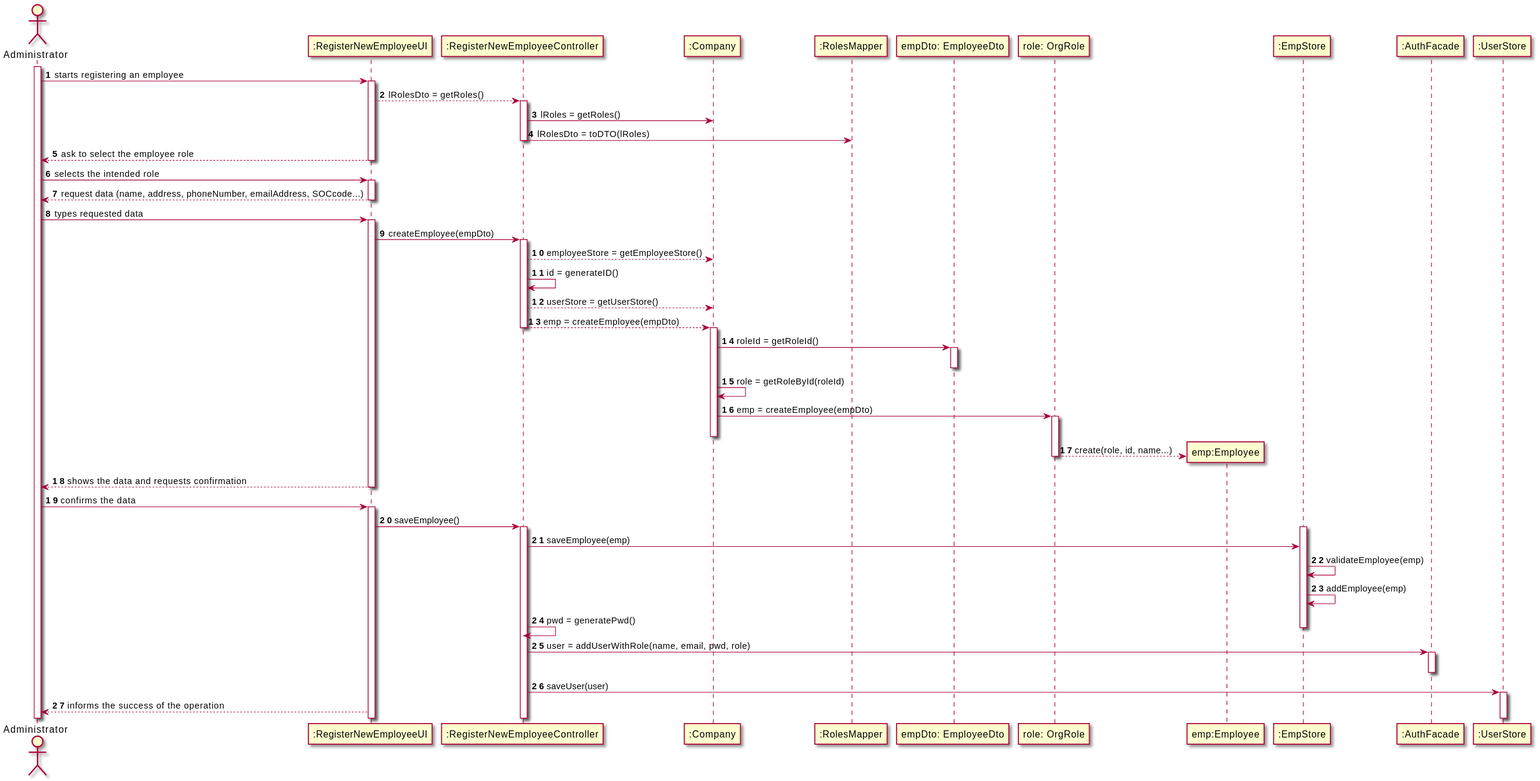
0franciscor/lei-21-s2-1de-g19 keeps this PlantUML diagram as docs/SprintB/US07/US07-SD.svg. Above is the earlier version.
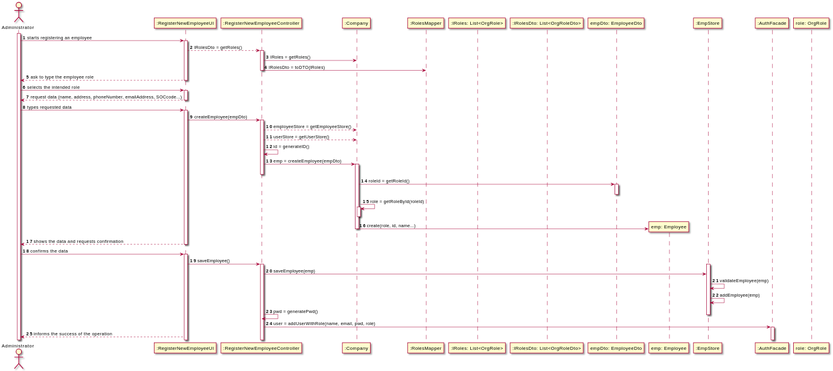
Later version of the same file.

The edit, as a diff of the source:
```diff
@@ -2,6 +2,7 @@
 
 autonumber
 actor "Administrator" as A
+
 activate A
 A -> ":RegisterNewEmployeeUI" : starts registering an employee
 activate ":RegisterNewEmployeeUI"
@@ -10,7 +11,7 @@
 ":RegisterNewEmployeeController" -> ":Company" : lRoles = getRoles()
 ":RegisterNewEmployeeController" -> ":RolesMapper" : lRolesDto = toDTO(lRoles)
 deactivate ":RegisterNewEmployeeController"
-":RegisterNewEmployeeUI" --> A : ask to select the employee role
+":RegisterNewEmployeeUI" --> A : ask to type the employee role
 deactivate ":RegisterNewEmployeeUI"
 A -> ":RegisterNewEmployeeUI" : selects the intended role
 activate ":RegisterNewEmployeeUI"
@@ -21,21 +22,24 @@
 ":RegisterNewEmployeeUI" -> ":RegisterNewEmployeeController" : createEmployee(empDto)
 activate ":RegisterNewEmployeeController"
 ":RegisterNewEmployeeController" --> ":Company" : employeeStore = getEmployeeStore()
+":RegisterNewEmployeeController" --> ":Company" : userStore = getUserStore()
 ":RegisterNewEmployeeController" -> ":RegisterNewEmployeeController" : id = generateID()
-":RegisterNewEmployeeController" --> ":Company" : userStore = getUserStore()
-":RegisterNewEmployeeController" --> ":Company" : emp = createEmployee(empDto)
+":RegisterNewEmployeeController" -> ":Company" : emp = createEmployee(empDto)
+activate ":Company"
 deactivate ":RegisterNewEmployeeController"
-activate ":Company"
+participant ":lRoles: List<OrgRole>"
+participant ":lRolesDto: List<OrgRoleDto>"
+
 ":Company" -> "empDto: EmployeeDto" : roleId = getRoleId()
 activate "empDto: EmployeeDto"
 deactivate "empDto: EmployeeDto"
 ":Company" -> ":Company" : role = getRoleById(roleId)
-":Company" -> "role: OrgRole" : emp = createEmployee(empDto)
-activate "role: OrgRole"
+activate ":Company"
+deactivate ":Company"
 deactivate "empDto: EmployeeDto"
+create "emp: Employee"
+":Company" -> "emp: Employee" : create(role, id, name...)
 deactivate ":Company"
-create "emp:Employee"
-"role: OrgRole" --> "emp:Employee" : create(role, id, name...)
 deactivate "role: OrgRole"
 ":RegisterNewEmployeeUI" --> A : shows the data and requests confirmation
 deactivate ":RegisterNewEmployeeUI"
@@ -51,8 +55,7 @@
 deactivate ":EmpStore"
 ":RegisterNewEmployeeController" -> ":AuthFacade" : user = addUserWithRole(name, email, pwd, role)
 activate ":AuthFacade"
-deactivate ":AuthFacade"
-":RegisterNewEmployeeController" -> ":UserStore" : saveUser(user)
-activate ":UserStore"
+
 ":RegisterNewEmployeeUI" --> A : informs the success of the operation
+participant "role: OrgRole"
 @enduml
```
